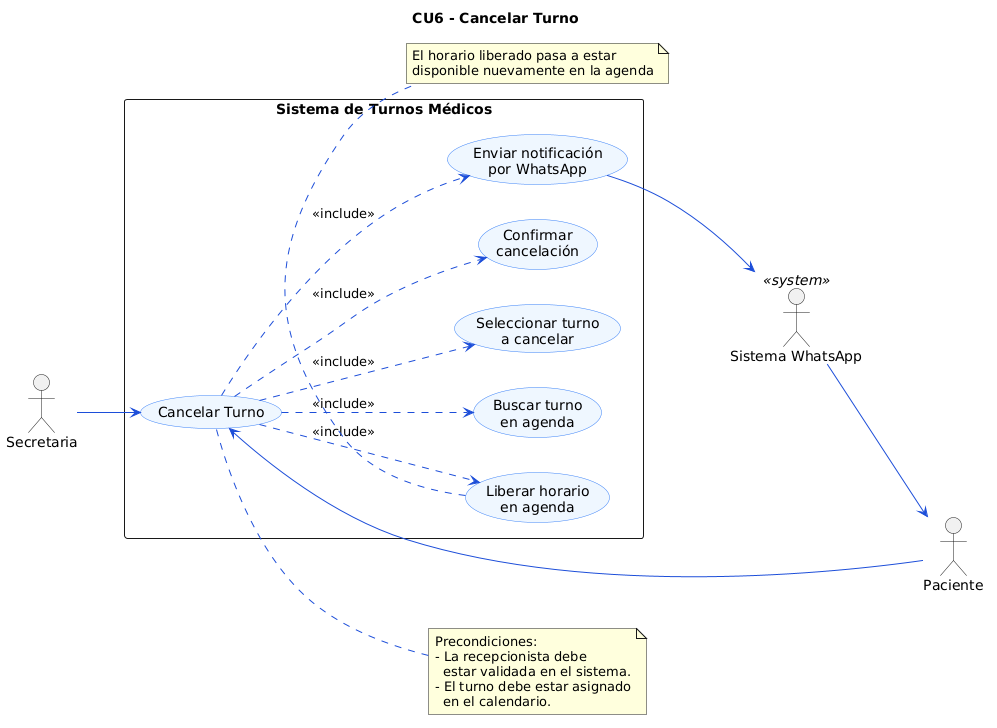
The PlantUML diagram diagramas/02-casos-de-uso/02-cancelar-turno-06.png in angelgc9107-lgtm/SistemaTurnosMedicos_GP6, before a commit.
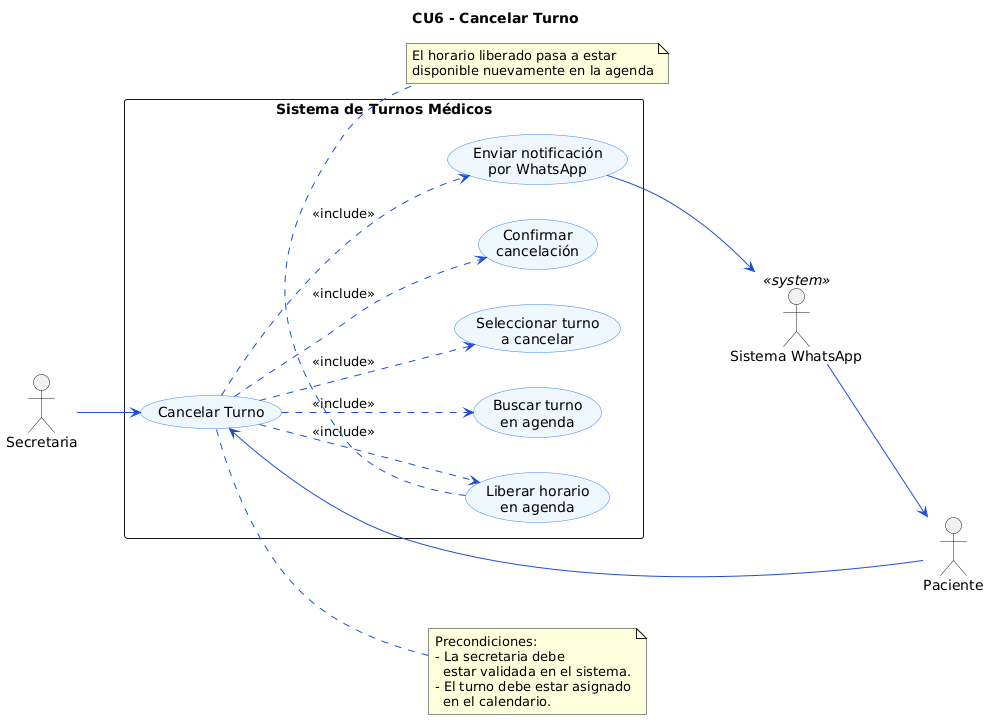
Later version of the same file.

Commit message:
Commit - remplazar recepcionista de CU6

Diff of the diagram source:
```diff
@@ -43,7 +43,7 @@
 
 note right of CU6
   Precondiciones:
-  - La recepcionista debe
+  - La secretaria debe
     estar validada en el sistema.
   - El turno debe estar asignado
     en el calendario.
```
